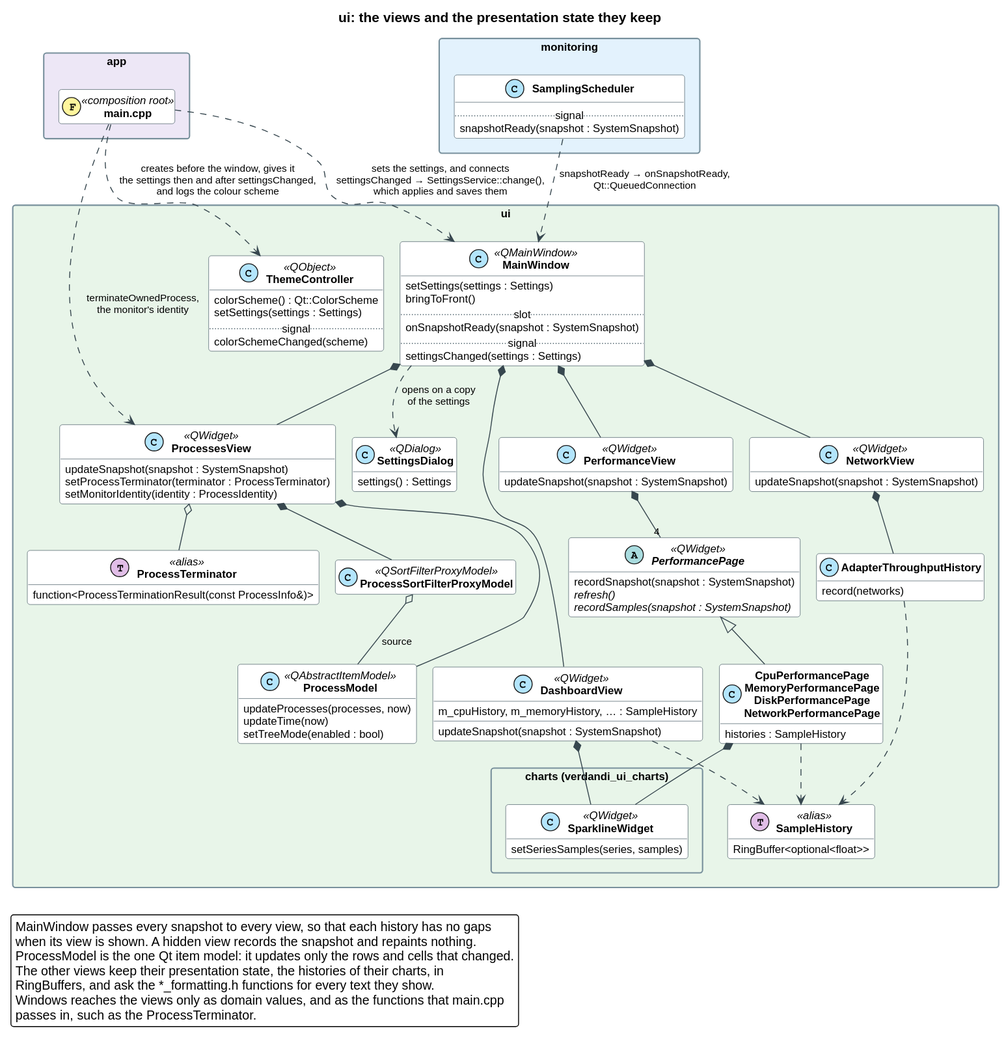
This is docs/diagrams/ui_views.svg from DunderGG/verdandi, a PlantUML export, as it was before one commit.
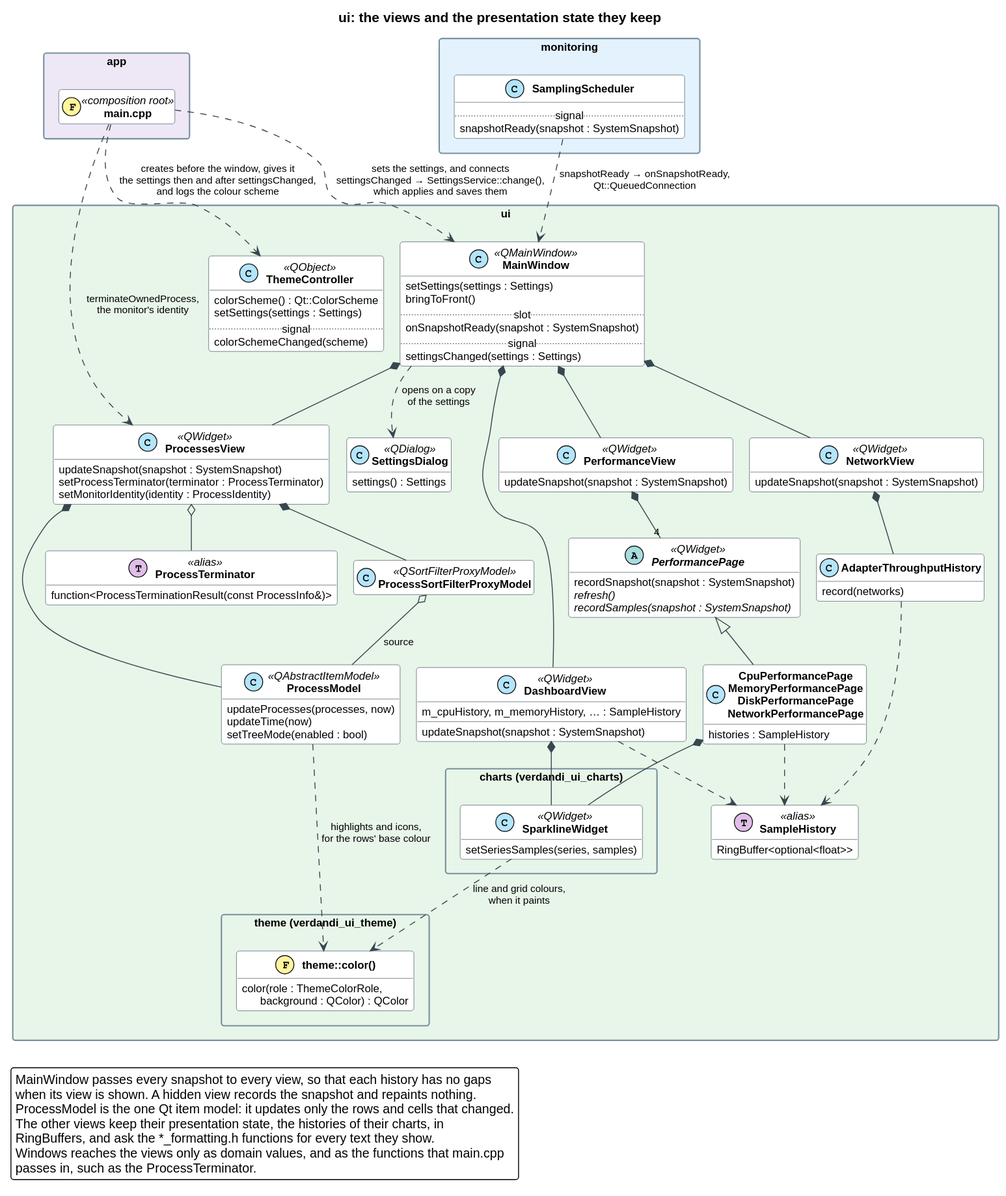
The same file after the commit.

Change to the diagram source:
```diff
@@ -78,6 +78,12 @@
             setSeriesSamples(series, samples)
         }
     }
+
+    package "theme (verdandi_ui_theme)" as themePackage {
+        class "theme::color()" as themeColor << (F,#FFF59D) >> {
+            color(role : ThemeColorRole,\n      background : QColor) : QColor
+        }
+    }
 }
 
 package "monitoring" $MONITORING_COLOR {
@@ -113,6 +119,8 @@
 pages ..> SampleHistory
 DashboardView *-- SparklineWidget
 pages *-- SparklineWidget
+SparklineWidget ..> themeColor : line and grid colours,\nwhen it paints
+ProcessModel ..> themeColor : highlights and icons,\nfor the rows' base colour
 
 legend bottom left
     MainWindow passes every snapshot to every view, so that each history has no gaps
```
